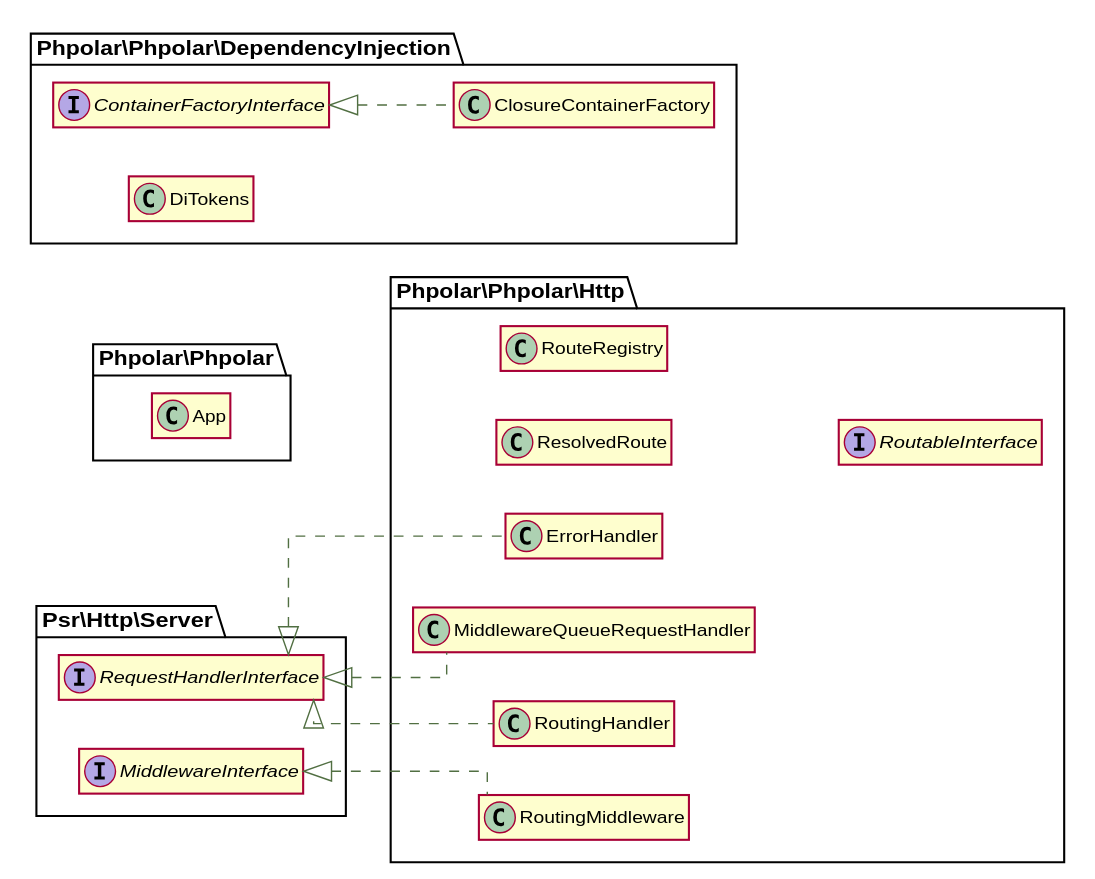
Above: docs/graphs/classes.svg in phpolar/phpolar (PlantUML), before the change.
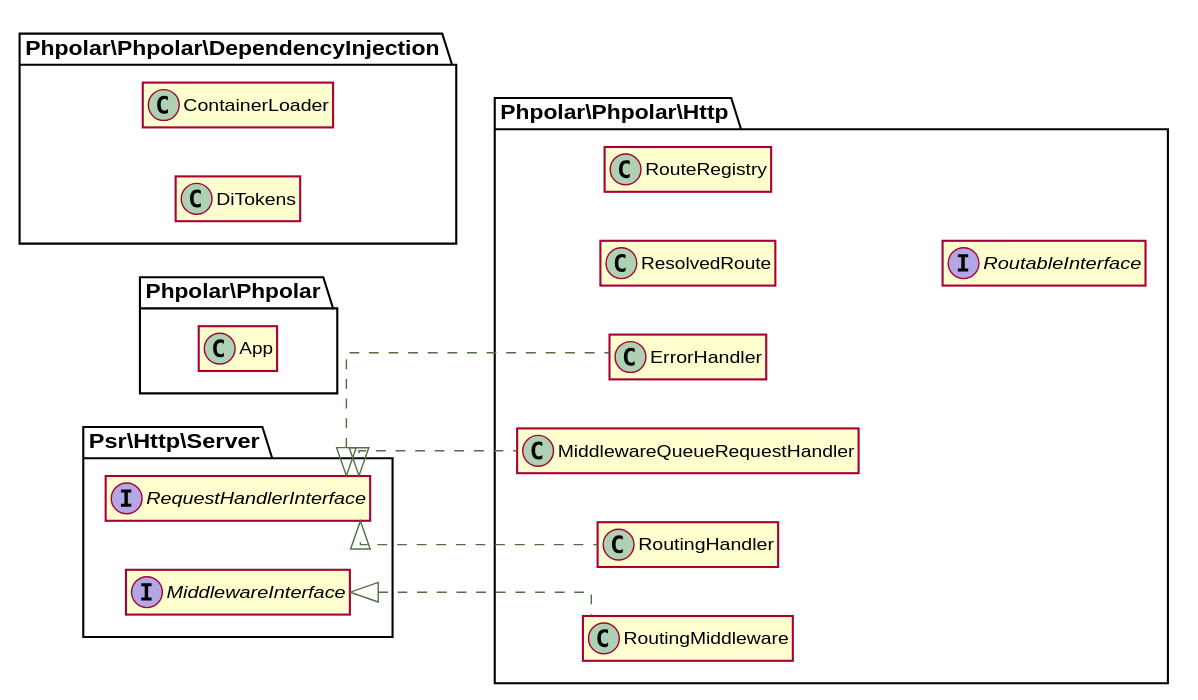
After the change.

Diff of the diagram source:
```diff
@@ -16,13 +16,10 @@
 class \\Phpolar\\Phpolar\\App {
 }
 
-class \\Phpolar\\Phpolar\\DependencyInjection\\ClosureContainerFactory implements \\Phpolar\\Phpolar\\DependencyInjection\\ContainerFactoryInterface {
+class \\Phpolar\\Phpolar\\DependencyInjection\\ContainerLoader {
 }
 
 class \\Phpolar\\Phpolar\\DependencyInjection\\DiTokens {
-}
-
-interface \\Phpolar\\Phpolar\\DependencyInjection\\ContainerFactoryInterface {
 }
 
 class \\Phpolar\\Phpolar\\Http\\ErrorHandler implements \\Psr\\Http\\Server\\RequestHandlerInterface {
```
